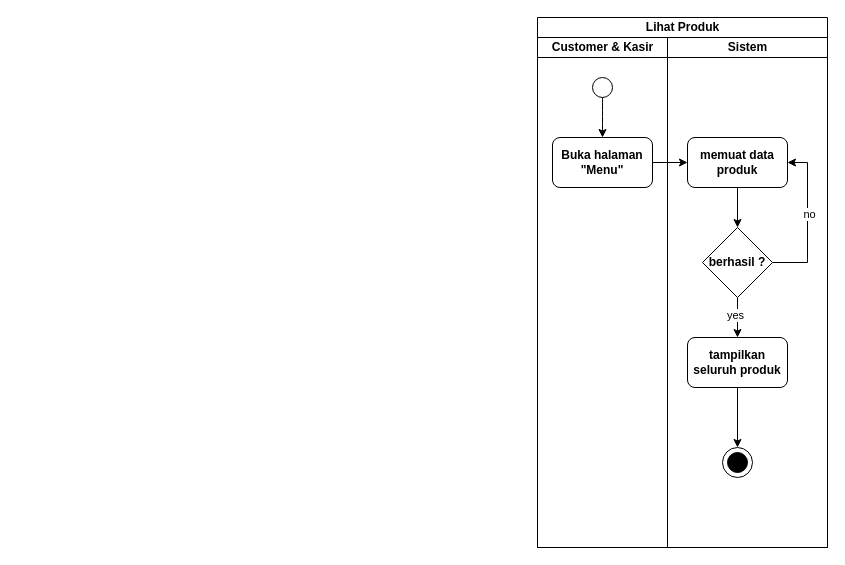
The draw.io diagram page "lihat produk" (16 of 19) of assets/uml/activity-diagram.drawio in RIOKOWI/warmindo_purnama_flutter, before the edit. Source tidied: cells renumbered, new cells numbered last; positions are measured from the earlier drawing's top-left corner, leaving out a move shared by most shapes. Both pictures are drawn from the tidied source at 100%, with x=0, y=0 at pixel (17, 17).
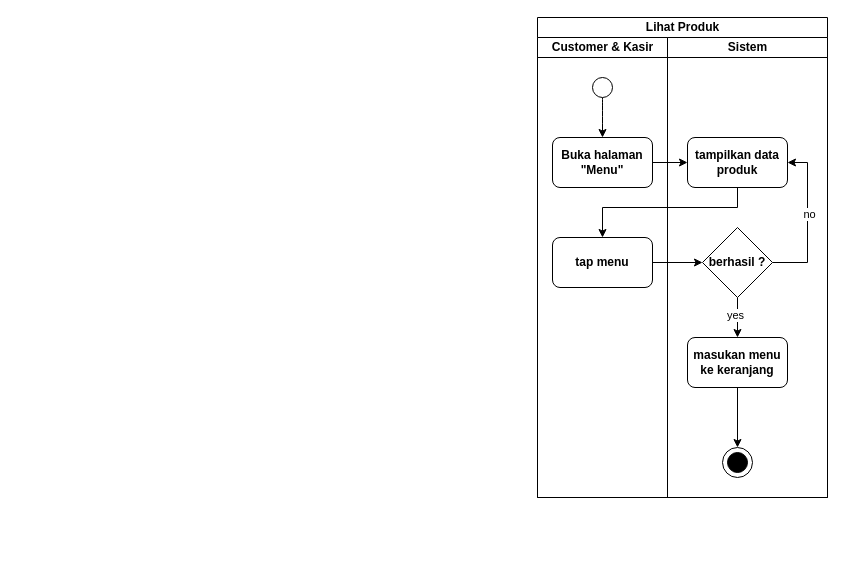
Above is the later version.

The change refers to these unchanged cells:
```xml
<mxCell id="15" value="berhasil ?" style="rhombus;whiteSpace=wrap;html=1;strokeColor=default;align=center;verticalAlign=middle;fontFamily=Helvetica;fontSize=12;fontColor=default;fontStyle=1;fillColor=default;" parent="8" vertex="1">
  <mxGeometry x="35" y="190" width="70" height="70" as="geometry" />
</mxCell>
```

Change to the diagram source:
```diff
@@
     <mxCell id="3" value="Lihat Produk" style="swimlane;startSize=20;html=1;" parent="1" vertex="1">
-      <mxGeometry x="520" width="290" height="530" as="geometry" />
+      <mxGeometry x="520" width="290" height="480" as="geometry" />
     </mxCell>
     <mxCell id="4" value="Customer &amp;amp; Kasir" style="swimlane;startSize=20;html=1;" parent="3" vertex="1">
-      <mxGeometry y="20" width="130" height="510" as="geometry" />
+      <mxGeometry y="20" width="130" height="460" as="geometry" />
     </mxCell>
@@
+    <mxCell id="22" value="tap menu" style="rounded=1;whiteSpace=wrap;html=1;strokeColor=default;align=center;verticalAlign=middle;fontFamily=Helvetica;fontSize=12;fontColor=default;fontStyle=1;fillColor=default;" parent="4" vertex="1">
+      <mxGeometry x="15" y="200" width="100" height="50" as="geometry" />
+    </mxCell>
     <mxCell id="8" value="Sistem" style="swimlane;startSize=20;html=1;" parent="3" vertex="1">
-      <mxGeometry x="130" y="20" width="160" height="510" as="geometry" />
+      <mxGeometry x="130" y="20" width="160" height="460" as="geometry" />
     </mxCell>
-    <mxCell id="9" style="edgeStyle=orthogonalEdgeStyle;shape=connector;curved=0;rounded=0;html=1;entryX=0.5;entryY=0;entryDx=0;entryDy=0;strokeColor=default;align=center;verticalAlign=middle;fontFamily=Helvetica;fontSize=11;fontColor=default;labelBackgroundColor=default;endArrow=classic;" parent="8" edge="1" source="10" target="15">
-      <mxGeometry relative="1" as="geometry" />
-    </mxCell>
-    <mxCell id="10" value="memuat data produk" style="rounded=1;whiteSpace=wrap;html=1;strokeColor=default;align=center;verticalAlign=middle;fontFamily=Helvetica;fontSize=12;fontColor=default;fontStyle=1;fillColor=default;" parent="8" vertex="1">
+    <mxCell id="10" value="tampilkan data produk" style="rounded=1;whiteSpace=wrap;html=1;strokeColor=default;align=center;verticalAlign=middle;fontFamily=Helvetica;fontSize=12;fontColor=default;fontStyle=1;fillColor=default;" parent="8" vertex="1">
       <mxGeometry x="20" y="100" width="100" height="50" as="geometry" />
     </mxCell>
@@
-    <mxCell id="20" value="tampilkan seluruh produk" style="rounded=1;whiteSpace=wrap;html=1;strokeColor=default;align=center;verticalAlign=middle;fontFamily=Helvetica;fontSize=12;fontColor=default;fontStyle=1;fillColor=default;" parent="8" vertex="1">
+    <mxCell id="20" value="masukan menu ke keranjang" style="rounded=1;whiteSpace=wrap;html=1;strokeColor=default;align=center;verticalAlign=middle;fontFamily=Helvetica;fontSize=12;fontColor=default;fontStyle=1;fillColor=default;" parent="8" vertex="1">
       <mxGeometry x="20" y="300" width="100" height="50" as="geometry" />
     </mxCell>
@@
+    <mxCell id="9" style="edgeStyle=orthogonalEdgeStyle;shape=connector;curved=0;rounded=0;html=1;strokeColor=default;align=center;verticalAlign=middle;fontFamily=Helvetica;fontSize=11;fontColor=default;labelBackgroundColor=default;endArrow=classic;" parent="3" edge="1" source="10" target="22">
+      <mxGeometry relative="1" as="geometry">
+        <Array as="points">
+          <mxPoint x="200" y="190" />
+          <mxPoint x="65" y="190" />
+        </Array>
+      </mxGeometry>
+    </mxCell>
+    <mxCell id="23" style="edgeStyle=none;html=1;entryX=0;entryY=0.5;entryDx=0;entryDy=0;" parent="3" edge="1" source="22" target="15">
+      <mxGeometry relative="1" as="geometry" />
+    </mxCell>
```
